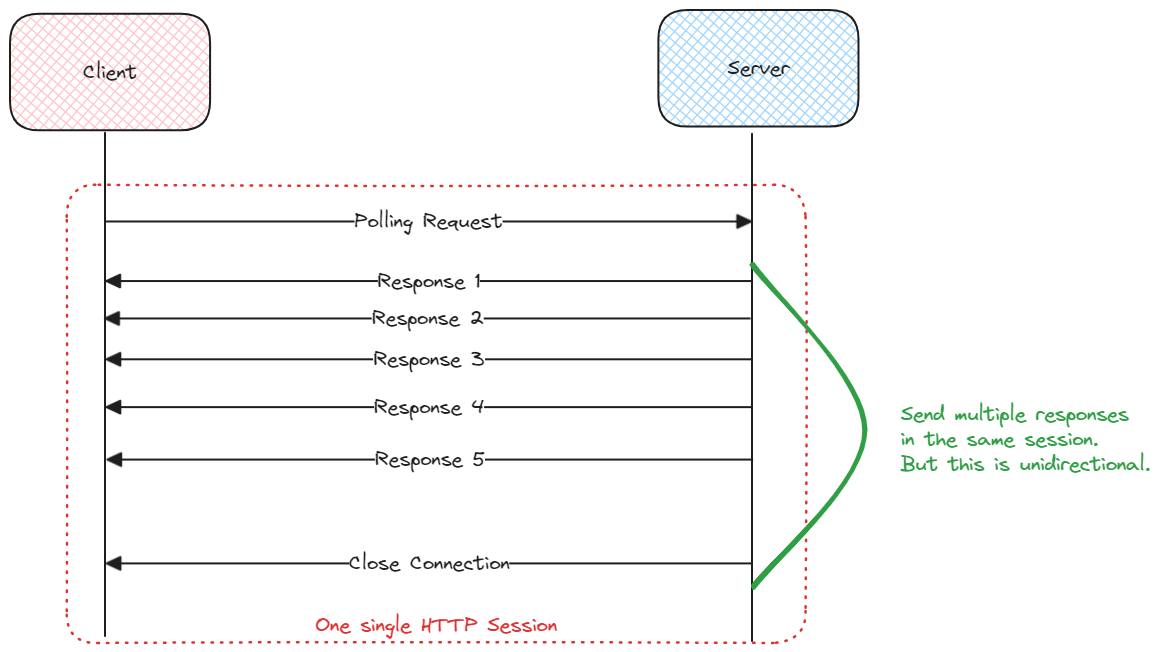
The Excalidraw diagram static/img/sse.excalidraw.png in swaroopar/inprogress-engineer, before a commit. Source tidied: one line per element, renumbered; positions are measured from the earlier drawing's top-left corner, leaving out a move shared by most shapes. The source it was exported from:
```json
{"id": 0, "type": "rectangle", "strokeColor": "#1e1e1e", "backgroundColor": "#ffc9c9", "fillStyle": "cross-hatch", "strokeWidth": 2, "roughness": 0, "round": true, "x": 0, "y": 4, "width": 200, "height": 117}
{"id": 1, "type": "text", "text": "Client", "strokeColor": "#1e1e1e", "backgroundColor": "#ffc9c9", "fillStyle": "cross-hatch", "strokeWidth": 2, "roughness": 0, "fontSize": 20, "fontFamily": 1, "textAlign": "center", "verticalAlign": "middle", "inside": 0, "x": 73, "y": 50, "width": 54, "height": 25}
{"id": 2, "type": "rectangle", "strokeColor": "#1e1e1e", "backgroundColor": "#a5d8ff", "fillStyle": "cross-hatch", "strokeWidth": 2, "roughness": 0, "round": true, "x": 648, "y": 0, "width": 200, "height": 117}
{"id": 3, "type": "text", "text": "Server", "strokeColor": "#1e1e1e", "backgroundColor": "#ffc9c9", "fillStyle": "cross-hatch", "strokeWidth": 2, "roughness": 0, "fontSize": 20, "fontFamily": 1, "textAlign": "center", "verticalAlign": "middle", "inside": 2, "x": 718, "y": 46, "width": 62, "height": 25}
{"id": 4, "type": "line", "strokeColor": "#1e1e1e", "backgroundColor": "#ffc9c9", "fillStyle": "cross-hatch", "strokeWidth": 2, "roughness": 0, "round": true, "from": 0, "x": 95, "y": 123, "width": 0, "height": 503, "points": [[0, 0], [0, 503]]}
{"id": 5, "type": "line", "strokeColor": "#1e1e1e", "backgroundColor": "#ffc9c9", "fillStyle": "cross-hatch", "strokeWidth": 2, "roughness": 0, "round": true, "x": 742, "y": 124, "width": 0, "height": 507, "points": [[0, 0], [0, 507]]}
{"id": 6, "type": "arrow", "strokeColor": "#1e1e1e", "backgroundColor": "#ffc9c9", "fillStyle": "cross-hatch", "strokeWidth": 2, "roughness": 0, "endArrowhead": "triangle", "round": true, "x": 96, "y": 211, "width": 645, "height": 0, "points": [[0, 0], [645, 0]]}
{"id": 7, "type": "text", "text": "Polling Request", "strokeColor": "#1e1e1e", "backgroundColor": "#ffc9c9", "fillStyle": "cross-hatch", "strokeWidth": 2, "roughness": 0, "fontSize": 20, "fontFamily": 1, "textAlign": "center", "verticalAlign": "middle", "inside": 6, "x": 110, "y": 92, "width": 148, "height": 25}
{"id": 8, "type": "arrow", "strokeColor": "#1e1e1e", "backgroundColor": "#ffc9c9", "fillStyle": "cross-hatch", "strokeWidth": 2, "roughness": 0, "endArrowhead": "triangle", "round": true, "x": 742, "y": 450, "width": 645, "height": 0, "points": [[0, 0], [-645, 0]]}
{"id": 9, "type": "text", "text": "Response 5", "strokeColor": "#1e1e1e", "backgroundColor": "#ffc9c9", "fillStyle": "cross-hatch", "strokeWidth": 2, "roughness": 0, "fontSize": 20, "fontFamily": 1, "textAlign": "center", "verticalAlign": "middle", "inside": 8, "x": 365, "y": 437, "width": 110, "height": 25}
{"id": 10, "type": "arrow", "strokeColor": "#1e1e1e", "backgroundColor": "#ffc9c9", "fillStyle": "cross-hatch", "strokeWidth": 2, "roughness": 0, "endArrowhead": "triangle", "round": true, "x": 742, "y": 553, "width": 645, "height": 0, "points": [[0, 0], [-645, 0]]}
{"id": 11, "type": "text", "text": "Close Connection", "strokeColor": "#1e1e1e", "backgroundColor": "#ffc9c9", "fillStyle": "cross-hatch", "strokeWidth": 2, "roughness": 0, "fontSize": 20, "fontFamily": 1, "textAlign": "center", "verticalAlign": "middle", "inside": 10, "x": 339, "y": 541, "width": 161, "height": 25}
{"id": 12, "type": "arrow", "strokeColor": "#1e1e1e", "backgroundColor": "#ffc9c9", "fillStyle": "cross-hatch", "strokeWidth": 2, "roughness": 0, "endArrowhead": "triangle", "round": true, "x": 741, "y": 271, "width": 645, "height": 0, "points": [[0, 0], [-645, 0]]}
{"id": 13, "type": "text", "text": "Response 1", "strokeColor": "#1e1e1e", "backgroundColor": "#ffc9c9", "fillStyle": "cross-hatch", "strokeWidth": 2, "roughness": 0, "fontSize": 20, "fontFamily": 1, "textAlign": "center", "verticalAlign": "middle", "inside": 12, "x": 367, "y": 259, "width": 103, "height": 25}
{"id": 14, "type": "arrow", "strokeColor": "#1e1e1e", "backgroundColor": "#ffc9c9", "fillStyle": "cross-hatch", "strokeWidth": 2, "roughness": 0, "endArrowhead": "triangle", "round": true, "x": 741, "y": 397, "width": 645, "height": 0, "points": [[0, 0], [-645, 0]]}
{"id": 15, "type": "text", "text": "Response 4", "strokeColor": "#1e1e1e", "backgroundColor": "#ffc9c9", "fillStyle": "cross-hatch", "strokeWidth": 2, "roughness": 0, "fontSize": 20, "fontFamily": 1, "textAlign": "center", "verticalAlign": "middle", "inside": 14, "x": 364, "y": 385, "width": 110, "height": 25}
{"id": 16, "type": "arrow", "strokeColor": "#1e1e1e", "backgroundColor": "#ffc9c9", "fillStyle": "cross-hatch", "strokeWidth": 2, "roughness": 0, "endArrowhead": "triangle", "round": true, "x": 741, "y": 349, "width": 645, "height": 0, "points": [[0, 0], [-645, 0]]}
{"id": 17, "type": "text", "text": "Response 3", "strokeColor": "#1e1e1e", "backgroundColor": "#ffc9c9", "fillStyle": "cross-hatch", "strokeWidth": 2, "roughness": 0, "fontSize": 20, "fontFamily": 1, "textAlign": "center", "verticalAlign": "middle", "inside": 16, "x": 364, "y": 337, "width": 111, "height": 25}
{"id": 18, "type": "arrow", "strokeColor": "#1e1e1e", "backgroundColor": "#ffc9c9", "fillStyle": "cross-hatch", "strokeWidth": 2, "roughness": 0, "endArrowhead": "triangle", "round": true, "x": 740, "y": 308, "width": 645, "height": 0, "points": [[0, 0], [-645, 0]]}
{"id": 19, "type": "text", "text": "Response 2", "strokeColor": "#1e1e1e", "backgroundColor": "#ffc9c9", "fillStyle": "cross-hatch", "strokeWidth": 2, "roughness": 0, "fontSize": 20, "fontFamily": 1, "textAlign": "center", "verticalAlign": "middle", "inside": 18, "x": 524, "y": 470, "width": 112, "height": 25}
{"id": 20, "type": "rectangle", "strokeColor": "#e03131", "strokeWidth": 2, "strokeStyle": "dotted", "roughness": 1, "round": true, "x": 57, "y": 175, "width": 739, "height": 458}
{"id": 21, "type": "text", "text": "One single HTTP Session", "strokeColor": "#e03131", "strokeWidth": 2, "strokeStyle": "dotted", "roughness": 1, "fontSize": 20, "fontFamily": 1, "textAlign": "center", "verticalAlign": "bottom", "inside": 20, "x": 305, "y": 603, "width": 242, "height": 25}
{"id": 22, "type": "line", "strokeColor": "#2f9e44", "strokeWidth": 4, "roughness": 1, "round": true, "x": 743, "y": 254, "width": 113, "height": 324, "points": [[0, 0], [113, 165], [1, 324]]}
{"id": 23, "type": "text", "text": "Send multiple responses\nin the same session.\nBut this is unidirectional.", "strokeColor": "#2f9e44", "strokeWidth": 4, "roughness": 1, "fontSize": 20, "fontFamily": 1, "x": 891, "y": 392, "width": 249, "height": 75}
```
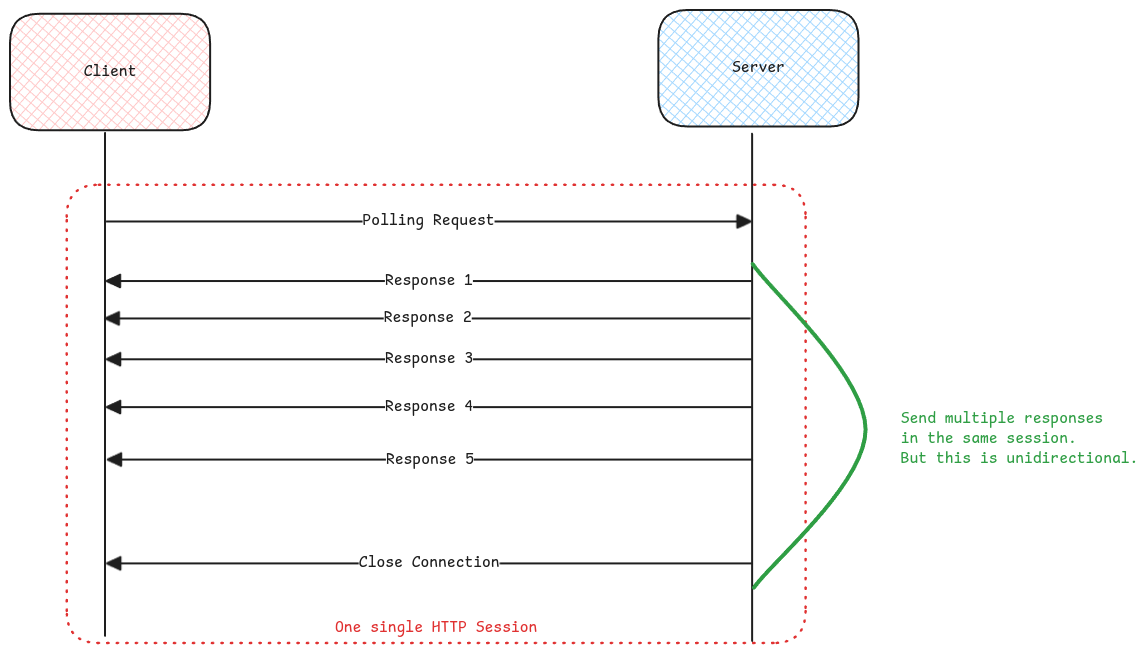
Above is the later version.

Change to the diagram source:
```diff
@@ -1,24 +1,24 @@
 {"id": 0, "type": "rectangle", "strokeColor": "#1e1e1e", "backgroundColor": "#ffc9c9", "fillStyle": "cross-hatch", "strokeWidth": 2, "roughness": 0, "round": true, "x": 0, "y": 4, "width": 200, "height": 117}
-{"id": 1, "type": "text", "text": "Client", "strokeColor": "#1e1e1e", "backgroundColor": "#ffc9c9", "fillStyle": "cross-hatch", "strokeWidth": 2, "roughness": 0, "fontSize": 20, "fontFamily": 1, "textAlign": "center", "verticalAlign": "middle", "inside": 0, "x": 73, "y": 50, "width": 54, "height": 25}
+{"id": 1, "type": "text", "text": "Client", "strokeColor": "#1e1e1e", "backgroundColor": "#ffc9c9", "fillStyle": "cross-hatch", "strokeWidth": 2, "roughness": 0, "fontSize": 16, "fontFamily": 8, "textAlign": "center", "verticalAlign": "middle", "inside": 0, "x": 74, "y": 52, "width": 53, "height": 20}
 {"id": 2, "type": "rectangle", "strokeColor": "#1e1e1e", "backgroundColor": "#a5d8ff", "fillStyle": "cross-hatch", "strokeWidth": 2, "roughness": 0, "round": true, "x": 648, "y": 0, "width": 200, "height": 117}
-{"id": 3, "type": "text", "text": "Server", "strokeColor": "#1e1e1e", "backgroundColor": "#ffc9c9", "fillStyle": "cross-hatch", "strokeWidth": 2, "roughness": 0, "fontSize": 20, "fontFamily": 1, "textAlign": "center", "verticalAlign": "middle", "inside": 2, "x": 718, "y": 46, "width": 62, "height": 25}
+{"id": 3, "type": "text", "text": "Server", "strokeColor": "#1e1e1e", "backgroundColor": "#ffc9c9", "fillStyle": "cross-hatch", "strokeWidth": 2, "roughness": 0, "fontSize": 16, "fontFamily": 8, "textAlign": "center", "verticalAlign": "middle", "inside": 2, "x": 722, "y": 48, "width": 53, "height": 20}
-{"id": 4, "type": "line", "strokeColor": "#1e1e1e", "backgroundColor": "#ffc9c9", "fillStyle": "cross-hatch", "strokeWidth": 2, "roughness": 0, "round": true, "from": 0, "x": 95, "y": 123, "width": 0, "height": 503, "points": [[0, 0], [0, 503]]}
+{"id": 4, "type": "line", "strokeColor": "#1e1e1e", "backgroundColor": "#ffc9c9", "fillStyle": "cross-hatch", "strokeWidth": 2, "roughness": 0, "round": true, "x": 95, "y": 123, "width": 0, "height": 503, "points": [[0, 0], [0, 503]]}
 {"id": 5, "type": "line", "strokeColor": "#1e1e1e", "backgroundColor": "#ffc9c9", "fillStyle": "cross-hatch", "strokeWidth": 2, "roughness": 0, "round": true, "x": 742, "y": 124, "width": 0, "height": 507, "points": [[0, 0], [0, 507]]}
 {"id": 6, "type": "arrow", "strokeColor": "#1e1e1e", "backgroundColor": "#ffc9c9", "fillStyle": "cross-hatch", "strokeWidth": 2, "roughness": 0, "endArrowhead": "triangle", "round": true, "x": 96, "y": 211, "width": 645, "height": 0, "points": [[0, 0], [645, 0]]}
-{"id": 7, "type": "text", "text": "Polling Request", "strokeColor": "#1e1e1e", "backgroundColor": "#ffc9c9", "fillStyle": "cross-hatch", "strokeWidth": 2, "roughness": 0, "fontSize": 20, "fontFamily": 1, "textAlign": "center", "verticalAlign": "middle", "inside": 6, "x": 110, "y": 92, "width": 148, "height": 25}
+{"id": 7, "type": "text", "text": "Polling Request", "strokeColor": "#1e1e1e", "backgroundColor": "#ffc9c9", "fillStyle": "cross-hatch", "strokeWidth": 2, "roughness": 0, "fontSize": 16, "fontFamily": 8, "textAlign": "center", "verticalAlign": "middle", "inside": 6, "x": 353, "y": 201, "width": 132, "height": 20}
 {"id": 8, "type": "arrow", "strokeColor": "#1e1e1e", "backgroundColor": "#ffc9c9", "fillStyle": "cross-hatch", "strokeWidth": 2, "roughness": 0, "endArrowhead": "triangle", "round": true, "x": 742, "y": 450, "width": 645, "height": 0, "points": [[0, 0], [-645, 0]]}
-{"id": 9, "type": "text", "text": "Response 5", "strokeColor": "#1e1e1e", "backgroundColor": "#ffc9c9", "fillStyle": "cross-hatch", "strokeWidth": 2, "roughness": 0, "fontSize": 20, "fontFamily": 1, "textAlign": "center", "verticalAlign": "middle", "inside": 8, "x": 365, "y": 437, "width": 110, "height": 25}
+{"id": 9, "type": "text", "text": "Response 5", "strokeColor": "#1e1e1e", "backgroundColor": "#ffc9c9", "fillStyle": "cross-hatch", "strokeWidth": 2, "roughness": 0, "fontSize": 16, "fontFamily": 8, "textAlign": "center", "verticalAlign": "middle", "inside": 8, "x": 376, "y": 440, "width": 88, "height": 20}
 {"id": 10, "type": "arrow", "strokeColor": "#1e1e1e", "backgroundColor": "#ffc9c9", "fillStyle": "cross-hatch", "strokeWidth": 2, "roughness": 0, "endArrowhead": "triangle", "round": true, "x": 742, "y": 553, "width": 645, "height": 0, "points": [[0, 0], [-645, 0]]}
-{"id": 11, "type": "text", "text": "Close Connection", "strokeColor": "#1e1e1e", "backgroundColor": "#ffc9c9", "fillStyle": "cross-hatch", "strokeWidth": 2, "roughness": 0, "fontSize": 20, "fontFamily": 1, "textAlign": "center", "verticalAlign": "middle", "inside": 10, "x": 339, "y": 541, "width": 161, "height": 25}
+{"id": 11, "type": "text", "text": "Close Connection", "strokeColor": "#1e1e1e", "backgroundColor": "#ffc9c9", "fillStyle": "cross-hatch", "strokeWidth": 2, "roughness": 0, "fontSize": 16, "fontFamily": 8, "textAlign": "center", "verticalAlign": "middle", "inside": 10, "x": 349, "y": 543, "width": 141, "height": 20}
 {"id": 12, "type": "arrow", "strokeColor": "#1e1e1e", "backgroundColor": "#ffc9c9", "fillStyle": "cross-hatch", "strokeWidth": 2, "roughness": 0, "endArrowhead": "triangle", "round": true, "x": 741, "y": 271, "width": 645, "height": 0, "points": [[0, 0], [-645, 0]]}
-{"id": 13, "type": "text", "text": "Response 1", "strokeColor": "#1e1e1e", "backgroundColor": "#ffc9c9", "fillStyle": "cross-hatch", "strokeWidth": 2, "roughness": 0, "fontSize": 20, "fontFamily": 1, "textAlign": "center", "verticalAlign": "middle", "inside": 12, "x": 367, "y": 259, "width": 103, "height": 25}
+{"id": 13, "type": "text", "text": "Response 1", "strokeColor": "#1e1e1e", "backgroundColor": "#ffc9c9", "fillStyle": "cross-hatch", "strokeWidth": 2, "roughness": 0, "fontSize": 16, "fontFamily": 8, "textAlign": "center", "verticalAlign": "middle", "inside": 12, "x": 375, "y": 261, "width": 88, "height": 20}
 {"id": 14, "type": "arrow", "strokeColor": "#1e1e1e", "backgroundColor": "#ffc9c9", "fillStyle": "cross-hatch", "strokeWidth": 2, "roughness": 0, "endArrowhead": "triangle", "round": true, "x": 741, "y": 397, "width": 645, "height": 0, "points": [[0, 0], [-645, 0]]}
-{"id": 15, "type": "text", "text": "Response 4", "strokeColor": "#1e1e1e", "backgroundColor": "#ffc9c9", "fillStyle": "cross-hatch", "strokeWidth": 2, "roughness": 0, "fontSize": 20, "fontFamily": 1, "textAlign": "center", "verticalAlign": "middle", "inside": 14, "x": 364, "y": 385, "width": 110, "height": 25}
+{"id": 15, "type": "text", "text": "Response 4", "strokeColor": "#1e1e1e", "backgroundColor": "#ffc9c9", "fillStyle": "cross-hatch", "strokeWidth": 2, "roughness": 0, "fontSize": 16, "fontFamily": 8, "textAlign": "center", "verticalAlign": "middle", "inside": 14, "x": 375, "y": 387, "width": 88, "height": 20}
 {"id": 16, "type": "arrow", "strokeColor": "#1e1e1e", "backgroundColor": "#ffc9c9", "fillStyle": "cross-hatch", "strokeWidth": 2, "roughness": 0, "endArrowhead": "triangle", "round": true, "x": 741, "y": 349, "width": 645, "height": 0, "points": [[0, 0], [-645, 0]]}
-{"id": 17, "type": "text", "text": "Response 3", "strokeColor": "#1e1e1e", "backgroundColor": "#ffc9c9", "fillStyle": "cross-hatch", "strokeWidth": 2, "roughness": 0, "fontSize": 20, "fontFamily": 1, "textAlign": "center", "verticalAlign": "middle", "inside": 16, "x": 364, "y": 337, "width": 111, "height": 25}
+{"id": 17, "type": "text", "text": "Response 3", "strokeColor": "#1e1e1e", "backgroundColor": "#ffc9c9", "fillStyle": "cross-hatch", "strokeWidth": 2, "roughness": 0, "fontSize": 16, "fontFamily": 8, "textAlign": "center", "verticalAlign": "middle", "inside": 16, "x": 375, "y": 339, "width": 88, "height": 20}
 {"id": 18, "type": "arrow", "strokeColor": "#1e1e1e", "backgroundColor": "#ffc9c9", "fillStyle": "cross-hatch", "strokeWidth": 2, "roughness": 0, "endArrowhead": "triangle", "round": true, "x": 740, "y": 308, "width": 645, "height": 0, "points": [[0, 0], [-645, 0]]}
-{"id": 19, "type": "text", "text": "Response 2", "strokeColor": "#1e1e1e", "backgroundColor": "#ffc9c9", "fillStyle": "cross-hatch", "strokeWidth": 2, "roughness": 0, "fontSize": 20, "fontFamily": 1, "textAlign": "center", "verticalAlign": "middle", "inside": 18, "x": 524, "y": 470, "width": 112, "height": 25}
+{"id": 19, "type": "text", "text": "Response 2", "strokeColor": "#1e1e1e", "backgroundColor": "#ffc9c9", "fillStyle": "cross-hatch", "strokeWidth": 2, "roughness": 0, "fontSize": 16, "fontFamily": 8, "textAlign": "center", "verticalAlign": "middle", "inside": 18, "x": 374, "y": 298, "width": 88, "height": 20}
-{"id": 20, "type": "rectangle", "strokeColor": "#e03131", "strokeWidth": 2, "strokeStyle": "dotted", "roughness": 1, "round": true, "x": 57, "y": 175, "width": 739, "height": 458}
+{"id": 20, "type": "rectangle", "strokeColor": "#e03131", "strokeWidth": 2, "strokeStyle": "dotted", "roughness": 0, "round": true, "x": 57, "y": 175, "width": 739, "height": 458}
-{"id": 21, "type": "text", "text": "One single HTTP Session", "strokeColor": "#e03131", "strokeWidth": 2, "strokeStyle": "dotted", "roughness": 1, "fontSize": 20, "fontFamily": 1, "textAlign": "center", "verticalAlign": "bottom", "inside": 20, "x": 305, "y": 603, "width": 242, "height": 25}
+{"id": 21, "type": "text", "text": "One single HTTP Session", "strokeColor": "#e03131", "strokeWidth": 2, "strokeStyle": "dotted", "roughness": 1, "fontSize": 16, "fontFamily": 8, "textAlign": "center", "verticalAlign": "bottom", "inside": 20, "x": 325, "y": 608, "width": 202, "height": 20}
-{"id": 22, "type": "line", "strokeColor": "#2f9e44", "strokeWidth": 4, "roughness": 1, "round": true, "x": 743, "y": 254, "width": 113, "height": 324, "points": [[0, 0], [113, 165], [1, 324]]}
+{"id": 22, "type": "line", "strokeColor": "#2f9e44", "strokeWidth": 4, "roughness": 0, "round": true, "x": 743, "y": 254, "width": 113, "height": 324, "points": [[0, 0], [113, 165], [1, 324]]}
-{"id": 23, "type": "text", "text": "Send multiple responses\nin the same session.\nBut this is unidirectional.", "strokeColor": "#2f9e44", "strokeWidth": 4, "roughness": 1, "fontSize": 20, "fontFamily": 1, "x": 891, "y": 392, "width": 249, "height": 75}
+{"id": 23, "type": "text", "text": "Send multiple responses\nin the same session.\nBut this is unidirectional.", "strokeColor": "#2f9e44", "strokeWidth": 4, "roughness": 0, "fontSize": 16, "fontFamily": 8, "x": 891, "y": 399, "width": 238, "height": 60}
```
